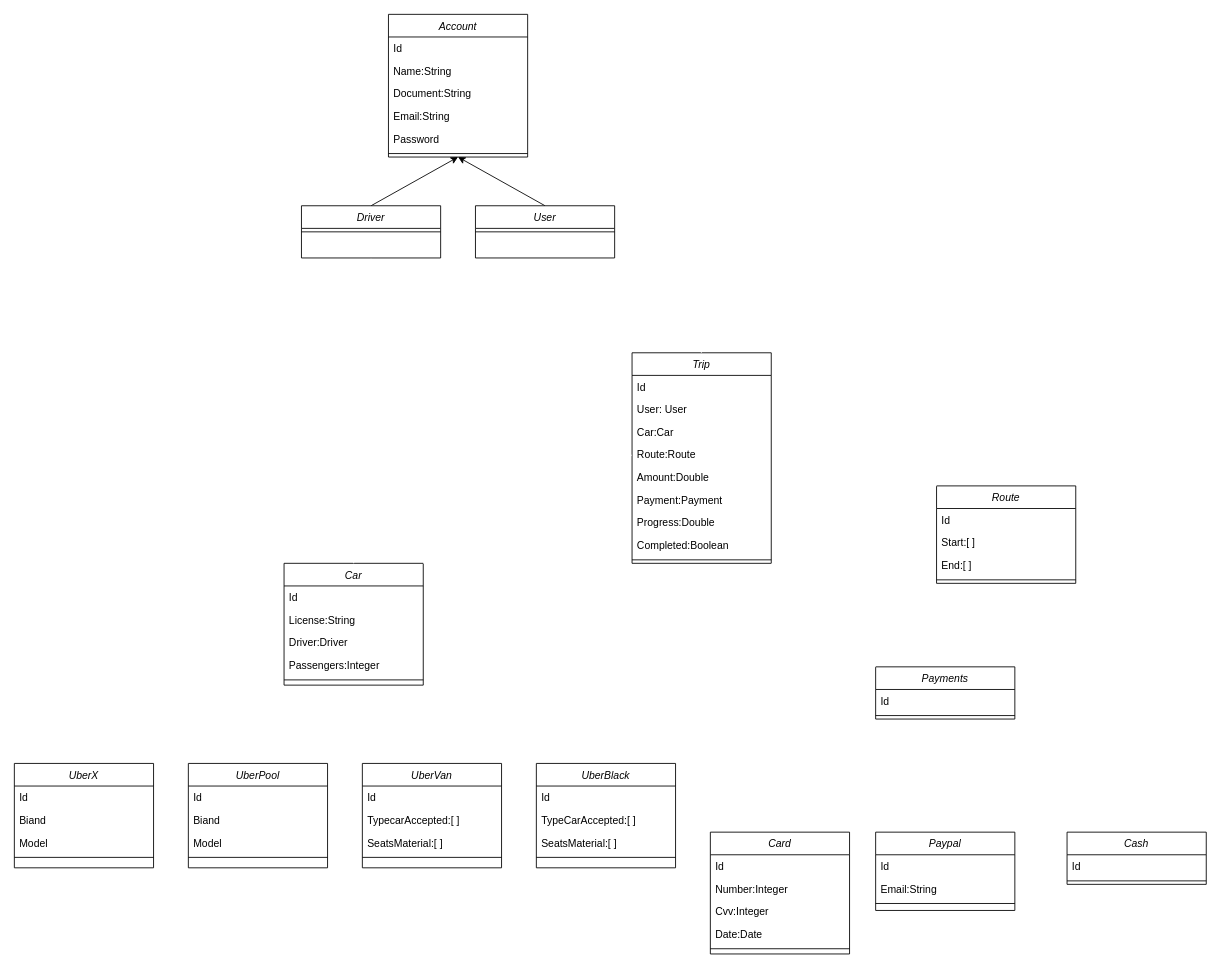
DavidFernandoMesa/CursoPOOUber keeps this draw.io diagram as uber.drawio. Above is the earlier version. Source tidied: cells renumbered, new cells numbered last; positions are measured from the earlier drawing's top-left corner, leaving out a move shared by most shapes. Both pictures are drawn from the tidied source at 87%, with x=0, y=0 at pixel (14, 14).
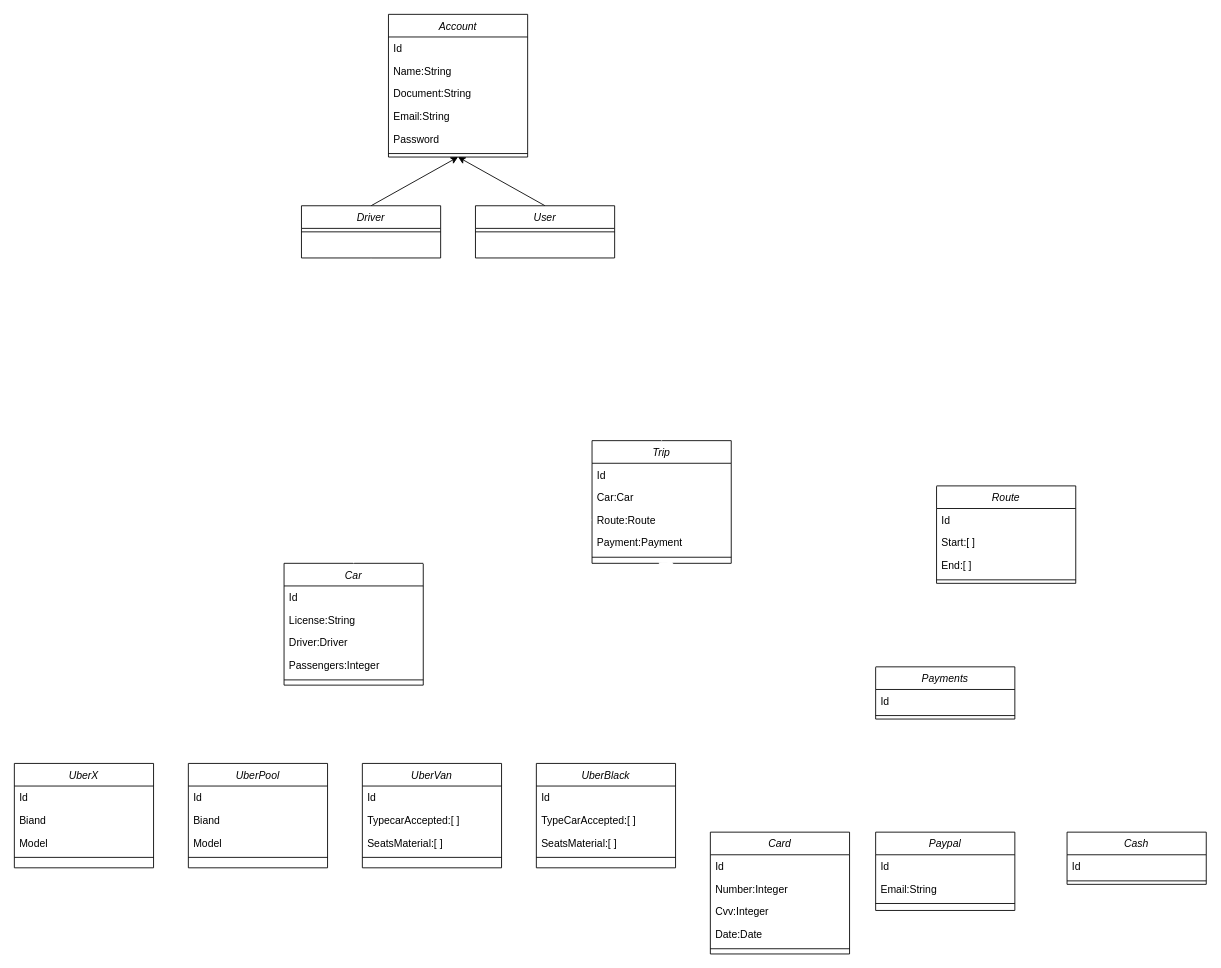
The same page after the edit.

Commit message:
fix: Adjustment of the diagram and end of the project

Unchanged cells that the change refers to:
```xml
<mxCell id="60" value="Payments" style="swimlane;fontStyle=2;align=center;verticalAlign=top;horizontal=1;startSize=26;rounded=0;shadow=0;strokeWidth=1;" parent="1" vertex="1">
  <mxGeometry x="990" y="750" width="160" height="60" as="geometry" />
</mxCell>
```

Change to the diagram source:
```diff
@@
     <mxCell id="69" value="Trip" style="swimlane;fontStyle=2;align=center;verticalAlign=top;horizontal=1;startSize=26;rounded=0;shadow=0;strokeWidth=1;" parent="1" vertex="1">
-      <mxGeometry x="710" y="389" width="160" height="242" as="geometry" />
+      <mxGeometry x="664" y="490" width="160" height="141" as="geometry" />
     </mxCell>
@@
-    <mxCell id="71" value="User: User" style="text;align=left;verticalAlign=top;spacingLeft=4;spacingRight=4;overflow=hidden;" parent="69" vertex="1">
-      <mxGeometry y="52" width="160" height="26" as="geometry" />
-    </mxCell>
     <mxCell id="72" value="Car:Car" style="text;align=left;verticalAlign=top;spacingLeft=4;spacingRight=4;overflow=hidden;" parent="69" vertex="1">
-      <mxGeometry y="78" width="160" height="26" as="geometry" />
+      <mxGeometry y="52" width="160" height="26" as="geometry" />
     </mxCell>
     <mxCell id="73" value="Route:Route" style="text;align=left;verticalAlign=top;spacingLeft=4;spacingRight=4;overflow=hidden;points=[[0,0.5],[1,0.5]];portConstraint=eastwest;" parent="69" vertex="1">
-      <mxGeometry y="104" width="160" height="26" as="geometry" />
+      <mxGeometry y="78" width="160" height="26" as="geometry" />
     </mxCell>
-    <mxCell id="74" value="Amount:Double" style="text;align=left;verticalAlign=top;spacingLeft=4;spacingRight=4;overflow=hidden;" parent="69" vertex="1">
-      <mxGeometry y="130" width="160" height="26" as="geometry" />
-    </mxCell>
     <mxCell id="75" value="Payment:Payment" style="text;align=left;verticalAlign=top;spacingLeft=4;spacingRight=4;overflow=hidden;" parent="69" vertex="1">
-      <mxGeometry y="156" width="160" height="26" as="geometry" />
+      <mxGeometry y="104" width="160" height="26" as="geometry" />
     </mxCell>
-    <mxCell id="76" value="Progress:Double" style="text;align=left;verticalAlign=top;spacingLeft=4;spacingRight=4;overflow=hidden;" parent="69" vertex="1">
-      <mxGeometry y="182" width="160" height="26" as="geometry" />
-    </mxCell>
-    <mxCell id="77" value="Completed:Boolean" style="text;align=left;verticalAlign=top;spacingLeft=4;spacingRight=4;overflow=hidden;" parent="69" vertex="1">
-      <mxGeometry y="208" width="160" height="26" as="geometry" />
-    </mxCell>
     <mxCell id="78" style="line;html=1;strokeWidth=1;align=left;verticalAlign=middle;spacingTop=-1;spacingLeft=3;spacingRight=3;labelPosition=right;" parent="69" vertex="1">
-      <mxGeometry y="234" width="160" height="8" as="geometry" />
+      <mxGeometry y="130" width="160" height="8" as="geometry" />
     </mxCell>
@@
-    <mxCell id="81" style="endArrow=diamondThin;endFill=1;endSize=24;html=1;strokeColor=#ffffff;exitX=0;exitY=0;exitDx=0;exitDy=0;entryX=1.025;entryY=0.234;entryDx=0;entryDy=0;entryPerimeter=0;" parent="1" edge="1" source="60">
+    <mxCell id="81" style="endArrow=diamondThin;endFill=1;endSize=24;html=1;strokeColor=#ffffff;exitX=0;exitY=0;exitDx=0;exitDy=0;" parent="1" edge="1" source="60">
       <mxGeometry relative="1" as="geometry">
-        <mxPoint x="870" y="631" as="targetPoint" />
+        <mxPoint x="740" y="630" as="targetPoint" />
       </mxGeometry>
     </mxCell>
```
